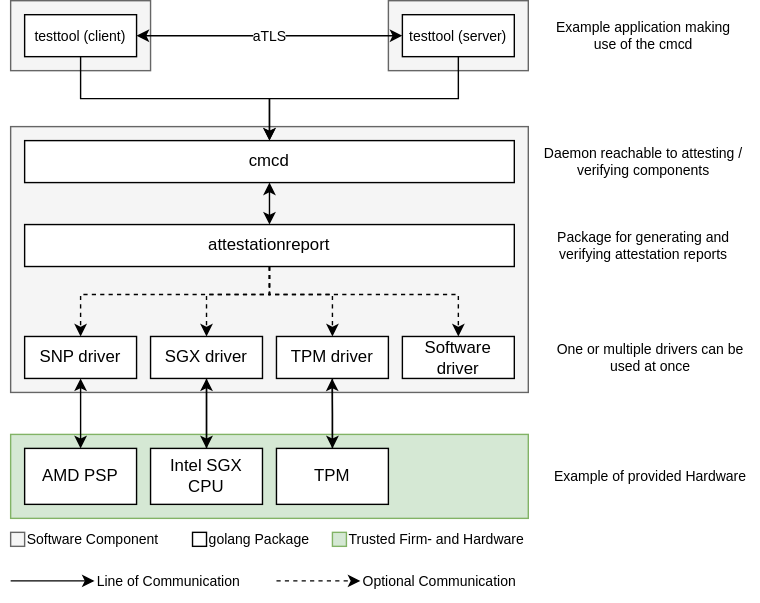
This is doc/overview.drawio.svg from Fraunhofer-AISEC/cmc, a draw.io export, as it was before one commit. Source tidied: cells renumbered, new cells last; positions are measured from the earlier drawing's top-left corner, leaving out a move shared by most shapes.
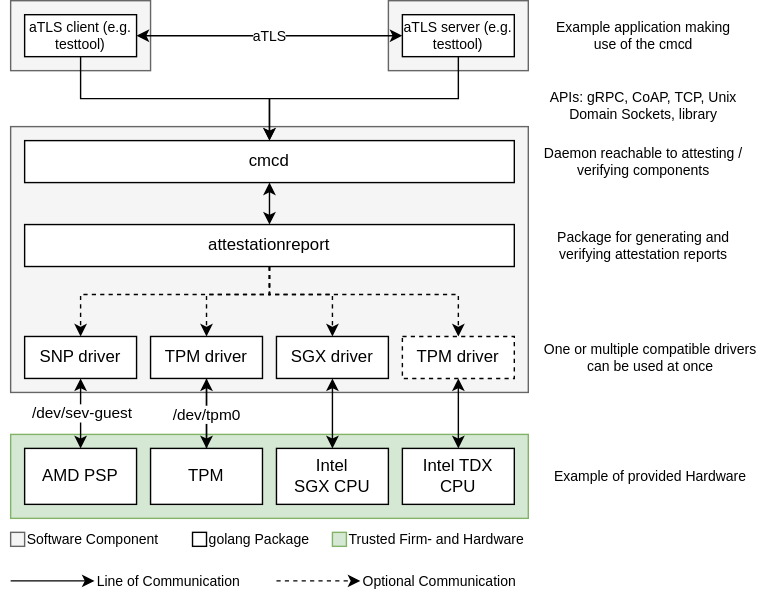
After the commit.

The edit, as a diff of the source:
```diff
@@ -39,19 +39,22 @@
     <mxCell id="10" style="edgeStyle=orthogonalEdgeStyle;rounded=0;jettySize=auto;html=1;exitX=0.5;exitY=1;exitDx=0;exitDy=0;entryX=0.5;entryY=0;entryDx=0;entryDy=0;labelBackgroundColor=#FFFFFF;fontSize=10;startArrow=classic;startFill=1;" parent="1" edge="1" source="11" target="31">
       <mxGeometry relative="1" as="geometry" />
     </mxCell>
+    <mxCell id="45" value="/dev/sev-guest" style="edgeLabel;html=1;align=center;verticalAlign=middle;" parent="10" vertex="1">
+      <mxGeometry x="-0.04" relative="1" as="geometry" />
+    </mxCell>
     <mxCell id="11" value="SNP driver" style="rounded=0;whiteSpace=wrap;html=1;" parent="1" vertex="1">
       <mxGeometry x="10" y="240" width="80" height="30" as="geometry" />
     </mxCell>
     <mxCell id="12" style="edgeStyle=orthogonalEdgeStyle;rounded=0;jettySize=auto;html=1;exitX=0.5;exitY=1;exitDx=0;exitDy=0;entryX=0.5;entryY=0;entryDx=0;entryDy=0;" parent="1" edge="1" source="13" target="41">
       <mxGeometry relative="1" as="geometry" />
     </mxCell>
-    <mxCell id="13" value="SGX driver" style="rounded=0;whiteSpace=wrap;html=1;" parent="1" vertex="1">
+    <mxCell id="13" value="TPM driver" style="rounded=0;whiteSpace=wrap;html=1;" parent="1" vertex="1">
       <mxGeometry x="100" y="240" width="80" height="30" as="geometry" />
     </mxCell>
-    <mxCell id="14" value="Software driver" style="rounded=0;whiteSpace=wrap;html=1;" parent="1" vertex="1">
+    <mxCell id="14" value="TPM driver" style="rounded=0;whiteSpace=wrap;html=1;dashed=1;" parent="1" vertex="1">
       <mxGeometry x="280" y="240" width="80" height="30" as="geometry" />
     </mxCell>
-    <mxCell id="15" value="One or multiple drivers can be used at once" style="text;html=1;strokeColor=none;fillColor=none;align=center;verticalAlign=middle;whiteSpace=wrap;rounded=0;fontSize=10;" parent="1" vertex="1">
+    <mxCell id="15" value="One or multiple compatible drivers can be used at once" style="text;html=1;strokeColor=none;fillColor=none;align=center;verticalAlign=middle;whiteSpace=wrap;rounded=0;fontSize=10;" parent="1" vertex="1">
       <mxGeometry x="380" y="240" width="155" height="30" as="geometry" />
     </mxCell>
     <mxCell id="16" style="edgeStyle=orthogonalEdgeStyle;rounded=0;jettySize=auto;html=1;exitX=0.5;exitY=1;exitDx=0;exitDy=0;entryX=0.5;entryY=0;entryDx=0;entryDy=0;fontSize=10;" parent="1" edge="1" source="18" target="9">
@@ -60,10 +63,10 @@
     <mxCell id="17" value="aTLS" style="edgeStyle=orthogonalEdgeStyle;rounded=0;jettySize=auto;html=1;exitX=1;exitY=0.5;exitDx=0;exitDy=0;entryX=0;entryY=0.5;entryDx=0;entryDy=0;fontSize=10;startArrow=classic;startFill=1;" parent="1" edge="1" source="18" target="19">
       <mxGeometry relative="1" as="geometry" />
     </mxCell>
-    <mxCell id="18" value="testtool (client)" style="rounded=0;whiteSpace=wrap;html=1;fontSize=10;" parent="1" vertex="1">
+    <mxCell id="18" value="aTLS client (e.g. testtool)" style="rounded=0;whiteSpace=wrap;html=1;fontSize=10;" parent="1" vertex="1">
       <mxGeometry x="10" y="10" width="80" height="30" as="geometry" />
     </mxCell>
-    <mxCell id="19" value="testtool (server)" style="rounded=0;whiteSpace=wrap;html=1;fontSize=10;" parent="1" vertex="1">
+    <mxCell id="19" value="aTLS server (e.g. testtool)" style="rounded=0;whiteSpace=wrap;html=1;fontSize=10;" parent="1" vertex="1">
       <mxGeometry x="280" y="10" width="80" height="30" as="geometry" />
     </mxCell>
     <mxCell id="20" style="edgeStyle=orthogonalEdgeStyle;rounded=0;jettySize=auto;html=1;exitX=0.5;exitY=1;exitDx=0;exitDy=0;entryX=0.5;entryY=0;entryDx=0;entryDy=0;fontSize=10;" parent="1" edge="1" source="19" target="9">
@@ -98,13 +101,8 @@
     <mxCell id="28" value="golang Package" style="text;html=1;strokeColor=none;fillColor=none;align=left;verticalAlign=middle;whiteSpace=wrap;rounded=0;fontSize=10;" parent="1" vertex="1">
       <mxGeometry x="140" y="370" width="80" height="30" as="geometry" />
     </mxCell>
-    <mxCell id="29" style="edgeStyle=orthogonalEdgeStyle;rounded=0;jettySize=auto;html=1;exitX=0.5;exitY=0;exitDx=0;exitDy=0;" parent="1" edge="1" source="30">
-      <mxGeometry relative="1" as="geometry">
-        <mxPoint x="229.8" y="270" as="targetPoint" />
-      </mxGeometry>
-    </mxCell>
-    <mxCell id="30" value="TPM" style="rounded=0;whiteSpace=wrap;html=1;" parent="1" vertex="1">
-      <mxGeometry x="190" y="320" width="80" height="40" as="geometry" />
+    <mxCell id="30" value="Intel TDX CPU" style="rounded=0;whiteSpace=wrap;html=1;" parent="1" vertex="1">
+      <mxGeometry x="280" y="320" width="80" height="40" as="geometry" />
     </mxCell>
     <mxCell id="31" value="AMD PSP" style="rounded=0;whiteSpace=wrap;html=1;" parent="1" vertex="1">
       <mxGeometry x="10" y="320" width="80" height="40" as="geometry" />
@@ -142,13 +140,13 @@
     <mxCell id="40" style="edgeStyle=orthogonalEdgeStyle;rounded=0;jettySize=auto;html=1;exitX=0.5;exitY=0;exitDx=0;exitDy=0;entryX=0.5;entryY=1;entryDx=0;entryDy=0;" parent="1" edge="1" source="41" target="13">
       <mxGeometry relative="1" as="geometry" />
     </mxCell>
+    <mxCell id="46" value="/dev/tpm0" style="edgeLabel;html=1;align=center;verticalAlign=middle;" parent="40" vertex="1">
+      <mxGeometry y="1" relative="1" as="geometry" />
+    </mxCell>
-    <mxCell id="41" value="Intel SGX CPU" style="rounded=0;whiteSpace=wrap;html=1;" parent="1" vertex="1">
+    <mxCell id="41" value="TPM" style="rounded=0;whiteSpace=wrap;html=1;" parent="1" vertex="1">
       <mxGeometry x="100" y="320" width="80" height="40" as="geometry" />
     </mxCell>
-    <mxCell id="42" style="edgeStyle=orthogonalEdgeStyle;rounded=0;jettySize=auto;html=1;exitX=0.5;exitY=1;exitDx=0;exitDy=0;entryX=0.5;entryY=0;entryDx=0;entryDy=0;" parent="1" edge="1" source="43" target="30">
-      <mxGeometry relative="1" as="geometry" />
-    </mxCell>
-    <mxCell id="43" value="TPM driver" style="rounded=0;whiteSpace=wrap;html=1;" parent="1" vertex="1">
+    <mxCell id="43" value="SGX driver" style="rounded=0;whiteSpace=wrap;html=1;" parent="1" vertex="1">
       <mxGeometry x="190" y="240" width="80" height="30" as="geometry" />
     </mxCell>
     <mxCell id="44" style="edgeStyle=orthogonalEdgeStyle;rounded=0;jettySize=auto;html=1;exitX=0.5;exitY=1;exitDx=0;exitDy=0;fontSize=10;labelBackgroundColor=#F5F5F5;dashed=1;entryX=0.5;entryY=0;entryDx=0;entryDy=0;" parent="1" edge="1" source="24" target="43">
@@ -159,5 +157,17 @@
         </Array>
       </mxGeometry>
     </mxCell>
+    <mxCell id="47" style="endArrow=classic;startArrow=classic;html=1;rounded=0;entryX=0.5;entryY=1;entryDx=0;entryDy=0;exitX=0.5;exitY=0;exitDx=0;exitDy=0;" parent="1" edge="1" source="30" target="14">
+      <mxGeometry relative="1" as="geometry" />
+    </mxCell>
+    <mxCell id="48" value="Intel SGX&amp;nbsp;&lt;span style=&quot;background-color: initial;&quot;&gt;CPU&lt;/span&gt;" style="rounded=0;whiteSpace=wrap;html=1;" parent="1" vertex="1">
+      <mxGeometry x="190" y="320" width="80" height="40" as="geometry" />
+    </mxCell>
+    <mxCell id="49" style="endArrow=classic;startArrow=classic;html=1;rounded=0;entryX=0.5;entryY=1;entryDx=0;entryDy=0;" parent="1" edge="1" source="48" target="43">
+      <mxGeometry relative="1" as="geometry" />
+    </mxCell>
+    <mxCell id="50" value="APIs: gRPC, CoAP, TCP, Unix Domain Sockets, library" style="text;html=1;strokeColor=none;fillColor=none;align=center;verticalAlign=middle;whiteSpace=wrap;rounded=0;fontSize=10;" parent="1" vertex="1">
+      <mxGeometry x="380" y="60" width="145" height="30" as="geometry" />
+    </mxCell>
   </root>
 </mxGraphModel>
```
